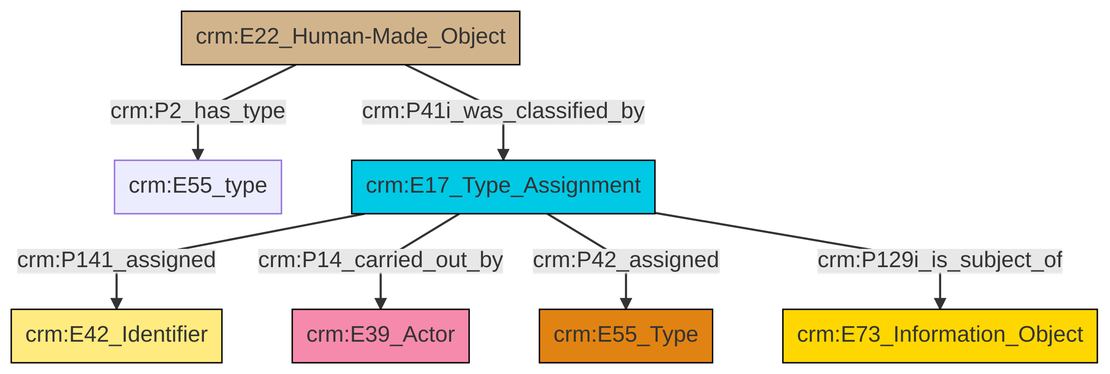
Before: et/builtWorkCSV/ttl/mmd/png/Built_Work_designation_status.png, a diagram exported from Mermaid (swiss-art-research-net/reference-data-models). Its source is kept beside it as et/builtWorkCSV/ttl/mmd/Built_Work_designation_status.ttl.mmd.
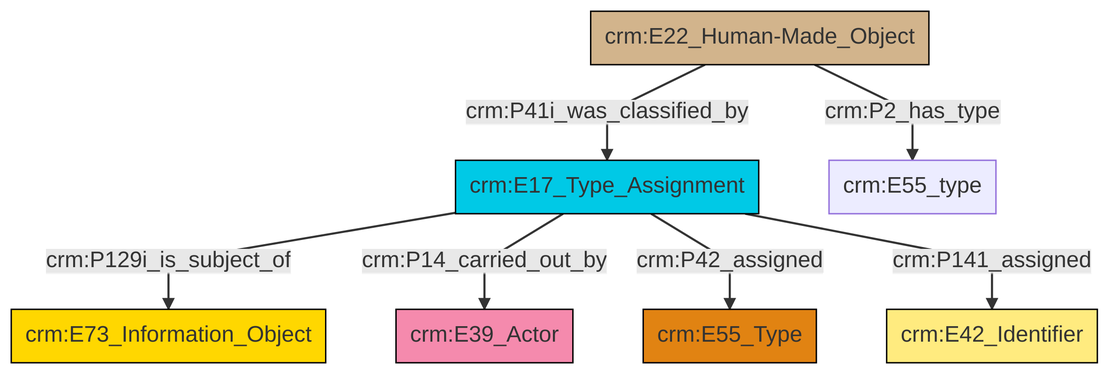
After the commit.

What changed in the source:
```diff
@@ -13,9 +13,9 @@
 classDef PC_Classes fill:#4ce600, stroke:#000000;
 classDef Multi fill:#cccccc,stroke:#000000;
 
-3["crm:E22_Human-Made_Object"]:::Physical_Thing -->|crm:P2_has_type| 4["crm:E55_type"]:::Default
-5["crm:E17_Type_Assignment"]:::Temporal_Entity -->|crm:P141_assigned| 6["crm:E42_Identifier"]:::Appellation
-5["crm:E17_Type_Assignment"]:::Temporal_Entity -->|crm:P14_carried_out_by| 7["crm:E39_Actor"]:::Actor
-5["crm:E17_Type_Assignment"]:::Temporal_Entity -->|crm:P42_assigned| 0["crm:E55_Type"]:::Type
-3["crm:E22_Human-Made_Object"]:::Physical_Thing -->|crm:P41i_was_classified_by| 5["crm:E17_Type_Assignment"]:::Temporal_Entity
-5["crm:E17_Type_Assignment"]:::Temporal_Entity -->|crm:P129i_is_subject_of| 11["crm:E73_Information_Object"]:::Conceptual_Object
+0["crm:E17_Type_Assignment"]:::Temporal_Entity -->|crm:P129i_is_subject_of| 1["crm:E73_Information_Object"]:::Conceptual_Object
+4["crm:E22_Human-Made_Object"]:::Physical_Thing -->|crm:P41i_was_classified_by| 0["crm:E17_Type_Assignment"]:::Temporal_Entity
+4["crm:E22_Human-Made_Object"]:::Physical_Thing -->|crm:P2_has_type| 9["crm:E55_type"]:::Default
+0["crm:E17_Type_Assignment"]:::Temporal_Entity -->|crm:P14_carried_out_by| 10["crm:E39_Actor"]:::Actor
+0["crm:E17_Type_Assignment"]:::Temporal_Entity -->|crm:P42_assigned| 2["crm:E55_Type"]:::Type
+0["crm:E17_Type_Assignment"]:::Temporal_Entity -->|crm:P141_assigned| 6["crm:E42_Identifier"]:::Appellation
```
